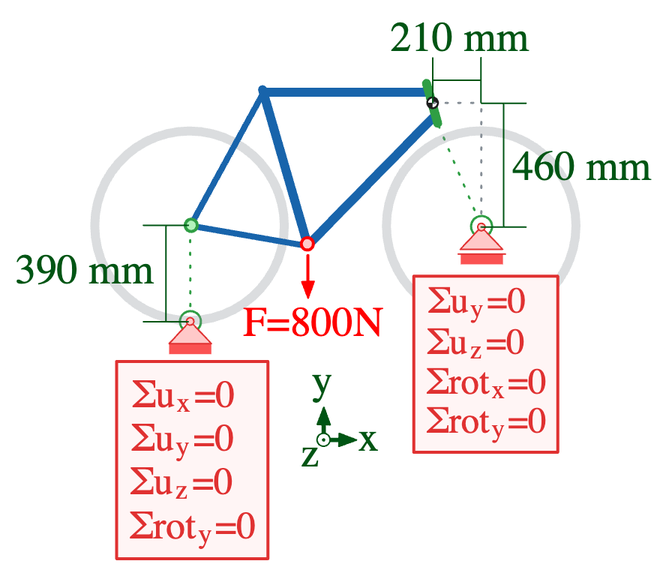
The Excalidraw diagram docs/P2_Geometrie_Randbedingungen/02_Lagerungen/images/Uebung-04.excalidraw.png in prof-schoenfelder-lab/Strukturmechanik, before a commit. Source tidied: one line per element, renumbered; positions are measured from the earlier drawing's top-left corner, leaving out a move shared by most shapes.
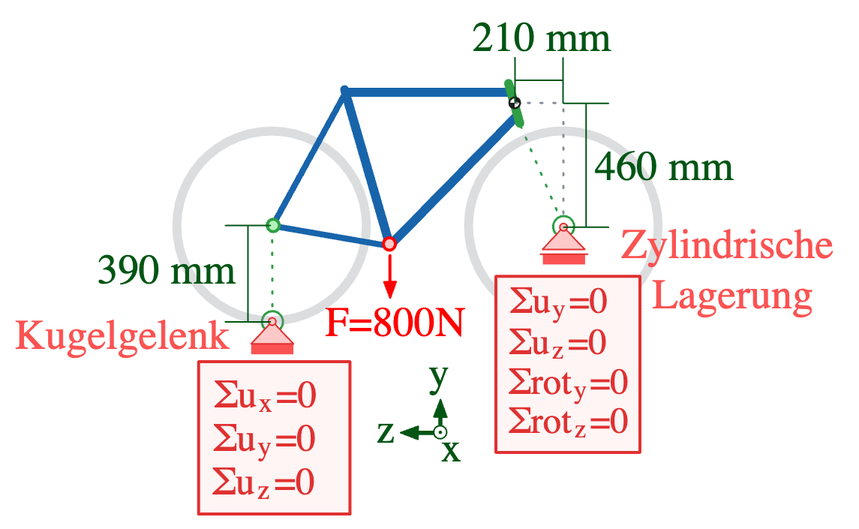
Later version of the same file.

What changed in the source:
```diff
@@ -1,7 +1,7 @@
 {"id": 0, "type": "line", "strokeColor": "#868e96", "backgroundColor": "#b2f2bb", "fillStyle": "solid", "strokeWidth": 1, "strokeStyle": "dotted", "roughness": 0, "x": 311, "y": 141, "width": 0, "height": 82, "points": [[0, 0], [0, -82]]}
-{"id": 1, "type": "arrow", "strokeColor": "#2f9e44", "backgroundColor": "#fff5f5", "fillStyle": "solid", "strokeWidth": 1, "strokeStyle": "dotted", "roughness": 0, "endArrowhead": "circle_outline", "round": true, "to": 20, "x": 117, "y": 142, "width": 0, "height": 63, "points": [[0, 0], [0, 63]]}
+{"id": 1, "type": "arrow", "strokeColor": "#2f9e44", "backgroundColor": "#fff5f5", "fillStyle": "solid", "strokeWidth": 1, "strokeStyle": "dotted", "roughness": 0, "endArrowhead": "circle_outline", "round": true, "x": 117, "y": 142, "width": 0, "height": 63, "points": [[0, 0], [0, 63]]}
-{"id": 2, "type": "arrow", "strokeColor": "#2f9e44", "backgroundColor": "#fff5f5", "fillStyle": "solid", "strokeWidth": 1, "strokeStyle": "dotted", "roughness": 0, "endArrowhead": "circle_outline", "round": true, "to": 7, "x": 282, "y": 74, "width": 29, "height": 67, "points": [[0, 0], [29, 67]]}
+{"id": 2, "type": "arrow", "strokeColor": "#2f9e44", "backgroundColor": "#fff5f5", "fillStyle": "solid", "strokeWidth": 1, "strokeStyle": "dotted", "roughness": 0, "endArrowhead": "circle_outline", "round": true, "x": 282, "y": 74, "width": 29, "height": 67, "points": [[0, 0], [29, 67]]}
-{"id": 3, "type": "rectangle", "strokeColor": "transparent", "strokeWidth": 1, "roughness": 0, "x": 311, "y": 138, "width": 20, "height": 40}
+{"id": 3, "type": "rectangle", "strokeColor": "transparent", "strokeWidth": 1, "roughness": 0, "x": 311, "y": 139, "width": 20, "height": 40}
 {"id": 4, "type": "rectangle", "strokeColor": "transparent", "strokeWidth": 1, "roughness": 0, "x": 291, "y": 158, "width": 40, "height": 20}
 {"id": 5, "type": "rectangle", "strokeColor": "transparent", "backgroundColor": "#fa5252", "fillStyle": "solid", "strokeWidth": 1, "roughness": 0, "x": 297, "y": 159, "width": 28, "height": 7}
 {"id": 6, "type": "line", "strokeColor": "#e03131", "backgroundColor": "#ffc9c9", "fillStyle": "solid", "strokeWidth": 1, "roughness": 0, "x": 311, "y": 142, "width": 28, "height": 15, "points": [[0, 0], [14, 14], [-15, 14], [-1, 0]]}
@@ -25,38 +25,36 @@
 {"id": 24, "type": "arrow", "strokeColor": "#005514", "backgroundColor": "#b2f2bb", "fillStyle": "solid", "strokeWidth": 1, "roughness": 0, "startArrowhead": "bar", "endArrowhead": "bar", "round": true, "x": 326, "y": 59, "width": 0, "height": 83, "points": [[0, 0], [0, 83]]}
 {"id": 25, "type": "ellipse", "strokeColor": "#1e1e1e", "backgroundColor": "#1e1e1e", "fillStyle": "solid", "strokeWidth": 2.5, "roughness": 0, "x": 275, "y": 56, "width": 6, "height": 6}
 {"id": 26, "type": "line", "strokeColor": "transparent", "backgroundColor": "#ffffff", "fillStyle": "solid", "strokeWidth": 2.5, "roughness": 0, "x": 278, "y": 56, "width": 3, "height": 3, "points": [[0, 0], [0, 0], [-1, 0], [-1, 0], [-1, 0], [-1, 0], [-2, 0], [-2, 1], [-2, 1], [-2, 1], [-2, 1], [-3, 2], [-3, 2], [-3, 2], [-3, 2], [-3, 3], [-3, 3], [0, 3], [0, 0]]}
-{"id": 27, "type": "line", "strokeColor": "transparent", "backgroundColor": "#ffffff", "fillStyle": "solid", "strokeWidth": 2.5, "roughness": 0, "x": 278, "y": 61, "width": 3, "height": 3, "points": [[0, 0], [0, 0], [1, 0], [1, 0], [1, 0], [1, 0], [2, 0], [2, -1], [2, -1], [2, -1], [2, -1], [3, -2], [3, -2], [3, -2], [3, -2], [3, -3], [3, -3], [0, -3], [0, 0]]}
+{"id": 27, "type": "line", "strokeColor": "transparent", "backgroundColor": "#ffffff", "fillStyle": "solid", "strokeWidth": 2.5, "roughness": 0, "x": 278, "y": 62, "width": 3, "height": 3, "points": [[0, 0], [0, 0], [1, 0], [1, 0], [1, 0], [1, 0], [2, 0], [2, -1], [2, -1], [2, -1], [2, -1], [3, -2], [3, -2], [3, -2], [3, -2], [3, -3], [3, -3], [0, -3], [0, 0]]}
 {"id": 28, "type": "line", "strokeColor": "#868e96", "backgroundColor": "#b2f2bb", "fillStyle": "solid", "strokeWidth": 1, "strokeStyle": "dotted", "roughness": 0, "x": 279, "y": 59, "width": 32, "height": 0, "points": [[0, 0], [32, 0]]}
-{"id": 29, "type": "arrow", "strokeColor": "#005514", "backgroundColor": "#b2f2bb", "fillStyle": "solid", "strokeWidth": 1, "roughness": 0, "startArrowhead": "bar", "endArrowhead": "bar", "round": true, "x": 279, "y": 43, "width": 32, "height": 0, "points": [[0, 0], [32, 0]]}
+{"id": 29, "type": "arrow", "strokeColor": "#005514", "backgroundColor": "#b2f2bb", "fillStyle": "solid", "strokeWidth": 1, "roughness": 0, "startArrowhead": "bar", "endArrowhead": "bar", "round": true, "x": 279, "y": 44, "width": 32, "height": 0, "points": [[0, 0], [32, 0]]}
 {"id": 30, "type": "text", "text": "460 mm", "strokeColor": "#005514", "backgroundColor": "#ffc9c9", "fillStyle": "solid", "strokeWidth": 0.5, "strokeStyle": "dashed", "roughness": 2, "fontSize": 28, "fontFamily": 4, "textAlign": "center", "x": 332, "y": 86, "width": 93, "height": 34}
 {"id": 31, "type": "text", "text": "210 mm", "strokeColor": "#005514", "backgroundColor": "#ffc9c9", "fillStyle": "solid", "strokeWidth": 0.5, "strokeStyle": "dashed", "roughness": 2, "fontSize": 28, "fontFamily": 4, "textAlign": "center", "x": 250, "y": 0, "width": 93, "height": 34}
-{"id": 32, "type": "rectangle", "strokeColor": "#e03131", "backgroundColor": "#fff5f5", "fillStyle": "solid", "strokeWidth": 2, "roughness": 0, "x": 68, "y": 231, "width": 101, "height": 131}
+{"id": 32, "type": "rectangle", "strokeColor": "#e03131", "backgroundColor": "#fff5f5", "fillStyle": "solid", "strokeWidth": 2, "roughness": 0, "x": 68, "y": 231, "width": 101, "height": 102}
 {"id": 33, "type": "text", "text": "Σu  =0", "strokeColor": "#e03131", "backgroundColor": "#fff5f5", "fillStyle": "solid", "strokeWidth": 0.5, "strokeStyle": "dashed", "roughness": 2, "fontSize": 25.67, "fontFamily": 4, "textAlign": "center", "x": 78, "y": 239, "width": 69, "height": 31}
 {"id": 34, "type": "text", "text": "x", "strokeColor": "#e03131", "backgroundColor": "#fff5f5", "fillStyle": "solid", "strokeWidth": 0.5, "strokeStyle": "dashed", "roughness": 2, "fontSize": 18.33, "fontFamily": 4, "textAlign": "center", "x": 108, "y": 249, "width": 9, "height": 22}
-{"id": 35, "type": "text", "text": "Σu  =0", "strokeColor": "#e03131", "backgroundColor": "#fff5f5", "fillStyle": "solid", "strokeWidth": 0.5, "strokeStyle": "dashed", "roughness": 2, "fontSize": 25.67, "fontFamily": 4, "textAlign": "center", "x": 78, "y": 269, "width": 69, "height": 31}
+{"id": 35, "type": "text", "text": "Σu  =0", "strokeColor": "#e03131", "backgroundColor": "#fff5f5", "fillStyle": "solid", "strokeWidth": 0.5, "strokeStyle": "dashed", "roughness": 2, "fontSize": 25.67, "fontFamily": 4, "textAlign": "center", "x": 77, "y": 269, "width": 69, "height": 31}
 {"id": 36, "type": "text", "text": "y", "strokeColor": "#e03131", "backgroundColor": "#fff5f5", "fillStyle": "solid", "strokeWidth": 0.5, "strokeStyle": "dashed", "roughness": 2, "fontSize": 18.33, "fontFamily": 4, "textAlign": "center", "x": 107, "y": 278, "width": 9, "height": 22}
 {"id": 37, "type": "text", "text": "Σu  =0", "strokeColor": "#e03131", "backgroundColor": "#fff5f5", "fillStyle": "solid", "strokeWidth": 0.5, "strokeStyle": "dashed", "roughness": 2, "fontSize": 25.67, "fontFamily": 4, "textAlign": "center", "x": 77, "y": 297, "width": 69, "height": 31}
 {"id": 38, "type": "text", "text": "z", "strokeColor": "#e03131", "backgroundColor": "#fff5f5", "fillStyle": "solid", "strokeWidth": 0.5, "strokeStyle": "dashed", "roughness": 2, "fontSize": 18.33, "fontFamily": 4, "textAlign": "center", "x": 107, "y": 307, "width": 8, "height": 22}
-{"id": 39, "type": "text", "text": "Σrot  =0", "strokeColor": "#e03131", "backgroundColor": "#fff5f5", "fillStyle": "solid", "strokeWidth": 0.5, "strokeStyle": "dashed", "roughness": 2, "fontSize": 25.67, "fontFamily": 4, "textAlign": "center", "x": 76, "y": 327, "width": 84, "height": 31}
-{"id": 40, "type": "text", "text": "y", "strokeColor": "#e03131", "backgroundColor": "#fff5f5", "fillStyle": "solid", "strokeWidth": 0.5, "strokeStyle": "dashed", "roughness": 2, "fontSize": 18.33, "fontFamily": 4, "textAlign": "center", "x": 122, "y": 336, "width": 9, "height": 22}
 {"id": 41, "type": "rectangle", "strokeColor": "#e03131", "backgroundColor": "#fff5f5", "fillStyle": "solid", "strokeWidth": 2, "roughness": 0, "x": 266, "y": 174, "width": 96, "height": 117}
 {"id": 42, "type": "text", "text": "Σu  =0", "strokeColor": "#e03131", "backgroundColor": "#fff5f5", "fillStyle": "solid", "strokeWidth": 0.5, "strokeStyle": "dashed", "roughness": 2, "fontSize": 24.42, "fontFamily": 4, "textAlign": "center", "x": 275, "y": 178, "width": 65, "height": 29}
-{"id": 43, "type": "text", "text": "y", "strokeColor": "#e03131", "backgroundColor": "#fff5f5", "fillStyle": "solid", "strokeWidth": 0.5, "strokeStyle": "dashed", "roughness": 2, "fontSize": 17.44, "fontFamily": 4, "textAlign": "center", "x": 304, "y": 186, "width": 9, "height": 21}
+{"id": 43, "type": "text", "text": "y", "strokeColor": "#e03131", "backgroundColor": "#fff5f5", "fillStyle": "solid", "strokeWidth": 0.5, "strokeStyle": "dashed", "roughness": 2, "fontSize": 17.44, "fontFamily": 4, "textAlign": "center", "x": 303, "y": 187, "width": 9, "height": 21}
 {"id": 44, "type": "text", "text": "Σu  =0", "strokeColor": "#e03131", "backgroundColor": "#fff5f5", "fillStyle": "solid", "strokeWidth": 0.5, "strokeStyle": "dashed", "roughness": 2, "fontSize": 24.42, "fontFamily": 4, "textAlign": "center", "x": 275, "y": 205, "width": 65, "height": 29}
 {"id": 45, "type": "text", "text": "z", "strokeColor": "#e03131", "backgroundColor": "#fff5f5", "fillStyle": "solid", "strokeWidth": 0.5, "strokeStyle": "dashed", "roughness": 2, "fontSize": 17.44, "fontFamily": 4, "textAlign": "center", "x": 303, "y": 214, "width": 8, "height": 21}
 {"id": 46, "type": "text", "text": "Σrot  =0", "strokeColor": "#e03131", "backgroundColor": "#fff5f5", "fillStyle": "solid", "strokeWidth": 0.5, "strokeStyle": "dashed", "roughness": 2, "fontSize": 24.42, "fontFamily": 4, "textAlign": "center", "x": 274, "y": 232, "width": 80, "height": 29}
-{"id": 47, "type": "text", "text": "x", "strokeColor": "#e03131", "backgroundColor": "#fff5f5", "fillStyle": "solid", "strokeWidth": 0.5, "strokeStyle": "dashed", "roughness": 2, "fontSize": 17.44, "fontFamily": 4, "textAlign": "center", "x": 318, "y": 241, "width": 9, "height": 21}
+{"id": 47, "type": "text", "text": "y", "strokeColor": "#e03131", "backgroundColor": "#fff5f5", "fillStyle": "solid", "strokeWidth": 0.5, "strokeStyle": "dashed", "roughness": 2, "fontSize": 17.44, "fontFamily": 4, "textAlign": "center", "x": 318, "y": 241, "width": 9, "height": 21}
 {"id": 48, "type": "text", "text": "Σrot  =0", "strokeColor": "#e03131", "backgroundColor": "#fff5f5", "fillStyle": "solid", "strokeWidth": 0.5, "strokeStyle": "dashed", "roughness": 2, "fontSize": 24.42, "fontFamily": 4, "textAlign": "center", "x": 274, "y": 258, "width": 80, "height": 29}
-{"id": 49, "type": "text", "text": "y", "strokeColor": "#e03131", "backgroundColor": "#fff5f5", "fillStyle": "solid", "strokeWidth": 0.5, "strokeStyle": "dashed", "roughness": 2, "fontSize": 17.44, "fontFamily": 4, "textAlign": "center", "x": 318, "y": 267, "width": 9, "height": 21}
+{"id": 49, "type": "text", "text": "z", "strokeColor": "#e03131", "backgroundColor": "#fff5f5", "fillStyle": "solid", "strokeWidth": 0.5, "strokeStyle": "dashed", "roughness": 2, "fontSize": 17.44, "fontFamily": 4, "textAlign": "center", "x": 318, "y": 267, "width": 8, "height": 21}
-{"id": 50, "type": "text", "text": "x", "strokeColor": "#005514", "backgroundColor": "#40c057", "fillStyle": "solid", "strokeWidth": 2, "roughness": 0, "fontSize": 27.38, "fontFamily": 4, "textAlign": "center", "x": 229, "y": 267, "width": 14, "height": 33}
+{"id": 50, "type": "text", "text": "z", "strokeColor": "#005514", "backgroundColor": "#40c057", "fillStyle": "solid", "strokeWidth": 2, "roughness": 0, "fontSize": 27.38, "fontFamily": 4, "textAlign": "center", "x": 186, "y": 262, "width": 12, "height": 33}
-{"id": 51, "type": "text", "text": "y", "strokeColor": "#005514", "backgroundColor": "#40c057", "fillStyle": "solid", "strokeWidth": 2, "roughness": 0, "fontSize": 27.38, "fontFamily": 4, "textAlign": "center", "x": 198, "y": 229, "width": 14, "height": 33}
+{"id": 51, "type": "text", "text": "y", "strokeColor": "#005514", "backgroundColor": "#40c057", "fillStyle": "solid", "strokeWidth": 2, "roughness": 0, "fontSize": 27.38, "fontFamily": 4, "textAlign": "center", "x": 221, "y": 224, "width": 14, "height": 33}
-{"id": 52, "type": "line", "strokeColor": "#005514", "backgroundColor": "#005514", "fillStyle": "solid", "strokeWidth": 1, "roughness": 0, "x": 201, "y": 273, "width": 9, "height": 12, "points": [[0, 0], [4, -12], [9, 0], [0, 0]]}
+{"id": 52, "type": "line", "strokeColor": "#005514", "backgroundColor": "#005514", "fillStyle": "solid", "strokeWidth": 1, "roughness": 0, "x": 224, "y": 268, "width": 9, "height": 12, "points": [[0, 0], [4, -12], [9, 0], [0, 0]]}
-{"id": 53, "type": "rectangle", "strokeColor": "transparent", "backgroundColor": "#005514", "fillStyle": "solid", "strokeWidth": 2, "roughness": 0, "round": true, "x": 204, "y": 272, "width": 3, "height": 13}
+{"id": 53, "type": "rectangle", "strokeColor": "transparent", "backgroundColor": "#005514", "fillStyle": "solid", "strokeWidth": 2, "roughness": 0, "round": true, "x": 227, "y": 267, "width": 3, "height": 13}
-{"id": 54, "type": "line", "strokeColor": "#005514", "angle": 1.57, "backgroundColor": "#005514", "fillStyle": "solid", "strokeWidth": 1, "roughness": 0, "x": 217, "y": 289, "width": 9, "height": 12, "points": [[0, 0], [4, -12], [9, 0], [0, 0]]}
+{"id": 54, "type": "line", "strokeColor": "#005514", "angle": 4.71, "backgroundColor": "#005514", "fillStyle": "solid", "strokeWidth": 1, "roughness": 0, "x": 204, "y": 284, "width": 9, "height": 12, "points": [[0, 0], [4, -12], [9, 0], [0, 0]]}
-{"id": 55, "type": "rectangle", "strokeColor": "transparent", "angle": 1.57, "backgroundColor": "#005514", "fillStyle": "solid", "strokeWidth": 2, "roughness": 0, "round": true, "x": 209, "y": 277, "width": 3, "height": 13}
+{"id": 55, "type": "rectangle", "strokeColor": "transparent", "angle": 4.71, "backgroundColor": "#005514", "fillStyle": "solid", "strokeWidth": 2, "roughness": 0, "round": true, "x": 218, "y": 272, "width": 3, "height": 13}
-{"id": 56, "type": "ellipse", "strokeColor": "#005514", "backgroundColor": "#ffffff", "fillStyle": "solid", "strokeWidth": 1, "roughness": 0, "x": 201, "y": 279, "width": 9, "height": 9}
+{"id": 56, "type": "ellipse", "strokeColor": "#005514", "backgroundColor": "#ffffff", "fillStyle": "solid", "strokeWidth": 1, "roughness": 0, "x": 224, "y": 274, "width": 9, "height": 9}
-{"id": 57, "type": "ellipse", "strokeColor": "transparent", "backgroundColor": "#005514", "fillStyle": "solid", "strokeWidth": 1, "roughness": 0, "x": 205, "y": 282, "width": 2, "height": 2}
+{"id": 57, "type": "ellipse", "strokeColor": "transparent", "backgroundColor": "#005514", "fillStyle": "solid", "strokeWidth": 1, "roughness": 0, "x": 228, "y": 277, "width": 2, "height": 2}
-{"id": 58, "type": "text", "text": "z", "strokeColor": "#005514", "backgroundColor": "#40c057", "fillStyle": "solid", "strokeWidth": 2, "roughness": 0, "fontSize": 27.38, "fontFamily": 4, "textAlign": "center", "x": 191, "y": 277, "width": 12, "height": 33}
+{"id": 58, "type": "text", "text": "x", "strokeColor": "#005514", "backgroundColor": "#40c057", "fillStyle": "solid", "strokeWidth": 2, "roughness": 0, "fontSize": 27.38, "fontFamily": 4, "textAlign": "center", "x": 229, "y": 274, "width": 14, "height": 33}
 {"id": 59, "type": "arrow", "strokeColor": "#005514", "backgroundColor": "#005514", "fillStyle": "solid", "strokeWidth": 1, "roughness": 0, "startArrowhead": "bar", "endArrowhead": "bar", "x": 101, "y": 140, "width": 0, "height": 64, "points": [[0, 0], [0, 64]]}
 {"id": 60, "type": "ellipse", "strokeColor": "#ff0000", "backgroundColor": "#ffc9c9", "fillStyle": "solid", "strokeWidth": 2, "roughness": 0, "x": 191, "y": 148, "width": 8, "height": 8}
 {"id": 61, "type": "rectangle", "strokeColor": "transparent", "strokeWidth": 1, "roughness": 0, "x": 175, "y": 149, "width": 40, "height": 40}
@@ -66,3 +64,5 @@
 {"id": 65, "type": "rectangle", "strokeColor": "transparent", "strokeWidth": 1, "roughness": 0, "x": 183, "y": 194, "width": 29, "height": 29}
 {"id": 66, "type": "rectangle", "strokeColor": "transparent", "strokeWidth": 1, "roughness": 0, "x": 183, "y": 194, "width": 15, "height": 29}
 {"id": 67, "type": "text", "text": "F=800N", "strokeColor": "#ff0000", "backgroundColor": "#40c057", "fillStyle": "solid", "strokeWidth": 2, "roughness": 0, "fontSize": 28, "fontFamily": 4, "textAlign": "center", "x": 152, "y": 190, "width": 94, "height": 34}
+{"id": 68, "type": "text", "text": "Kugelgelenk", "strokeColor": "#fb5352", "backgroundColor": "#ffc9c9", "fillStyle": "solid", "strokeWidth": 0.5, "strokeStyle": "dashed", "roughness": 2, "fontSize": 28, "fontFamily": 4, "textAlign": "center", "x": -55, "y": 199, "width": 143, "height": 34}
+{"id": 69, "type": "text", "text": "Zylindrische \nLagerung", "strokeColor": "#fb5352", "backgroundColor": "#ffc9c9", "fillStyle": "solid", "strokeWidth": 0.5, "strokeStyle": "dashed", "roughness": 2, "fontSize": 28, "fontFamily": 4, "textAlign": "center", "x": 349, "y": 138, "width": 149, "height": 67}
```
